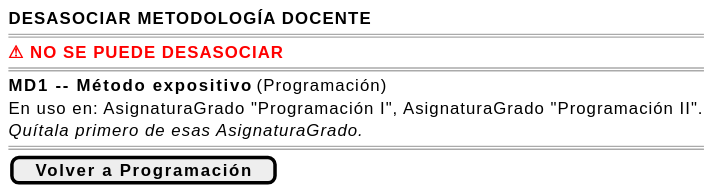
This is images/RUP/01-requisitos/03-detalle-casos-uso/desasociarMetodologiaDocenteMateria/wireframe-bloqueada.svg from mmasias/pyCeldaPublico, a PlantUML export, as it was before one commit.
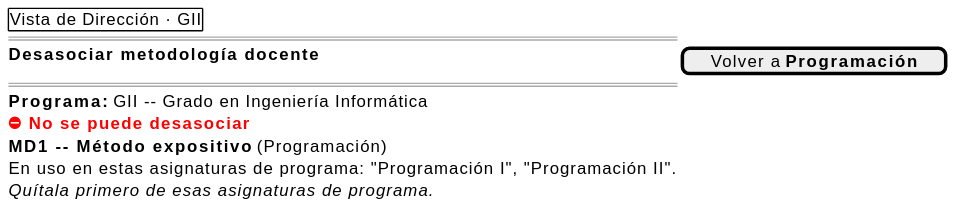
After the change.

Change to the diagram source:
```diff
@@ -1,15 +1,13 @@
 @startsalt desasociarMetodologiaDocenteMateria-wireframe-bloqueada
 {
-    <b>DESASOCIAR METODOLOGÍA DOCENTE</b>
+    {+ Vista de Dirección · GII }
     ====
-    <color:red><b>⚠ NO SE PUEDE DESASOCIAR</b></color>
+    <b>Desasociar metodología docente</b> | [ Volver a <b>Programación</b> ]
     ====
+    <b>Programa:</b> GII -- Grado en Ingeniería Informática
+    <color:red><b>⛔ No se puede desasociar</b></color>
     <b>MD1 -- Método expositivo</b> (Programación)
-
-    En uso en: AsignaturaGrado "Programación I", AsignaturaGrado "Programación II".
-
-    <i>Quítala primero de esas AsignaturaGrado.</i>
-    ====
-    [ <b>Volver a Programación</b> ]
+    En uso en estas asignaturas de programa: "Programación I", "Programación II".
+    <i>Quítala primero de esas asignaturas de programa.</i>
 }
 @endsalt
```
